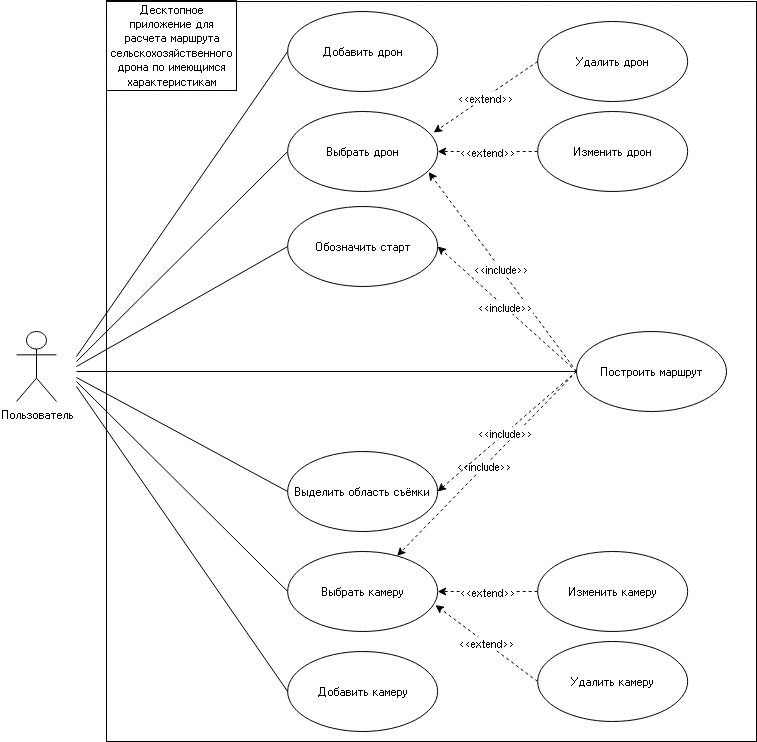
Above: doc/task3/ПИ-2022_КЭ-303_Ращупкин_ЕВ_КР_ДВИ.drawio.png in evgenkot/uav-route-calculation (draw.io), before the change. Source tidied: cells renumbered, new cells last; positions are measured from the earlier drawing's top-left corner, leaving out a move shared by most shapes.
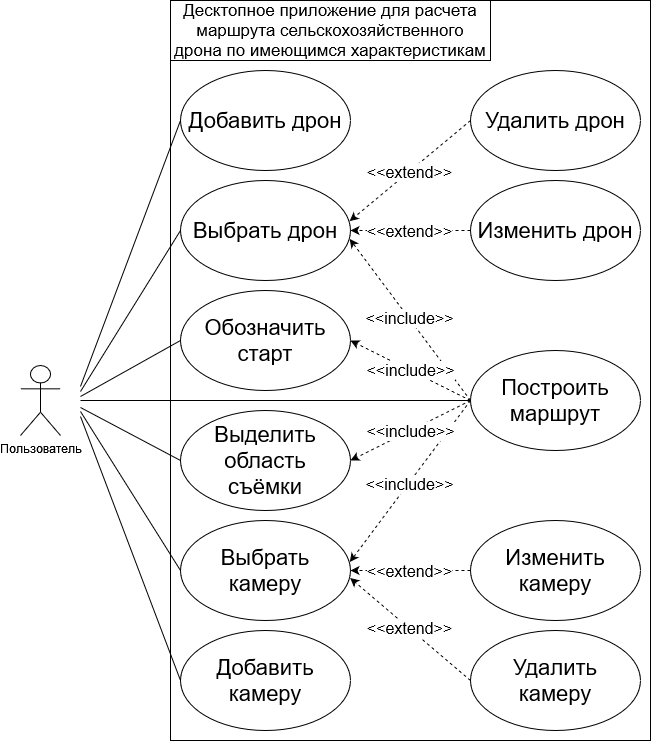
The same file after the commit.

Diff of the diagram source:
```diff
@@ -11,130 +11,130 @@
         </Array>
       </mxGeometry>
     </mxCell>
-    <mxCell id="3" style="rounded=0;whiteSpace=wrap;html=1;fillColor=none;" parent="1" vertex="1">
-      <mxGeometry x="90" y="1" width="650" height="740" as="geometry" />
-    </mxCell>
-    <mxCell id="4" value="Добавить камеру" style="ellipse;whiteSpace=wrap;html=1;" parent="1" vertex="1">
-      <mxGeometry x="271.2" y="651" width="150" height="80" as="geometry" />
+    <mxCell id="4" value="&lt;font style=&quot;font-size: 22px;&quot;&gt;Добавить камеру&lt;/font&gt;" style="ellipse;whiteSpace=wrap;html=1;" parent="1" vertex="1">
+      <mxGeometry x="160" y="590" width="170" height="100" as="geometry" />
     </mxCell>
-    <mxCell id="5" value="Добавить дрон" style="ellipse;whiteSpace=wrap;html=1;" parent="1" vertex="1">
-      <mxGeometry x="271.2" y="11" width="150" height="80" as="geometry" />
+    <mxCell id="5" value="&lt;font style=&quot;font-size: 22px;&quot;&gt;Добавить дрон&lt;/font&gt;" style="ellipse;whiteSpace=wrap;html=1;" parent="1" vertex="1">
+      <mxGeometry x="160" y="30" width="170" height="100" as="geometry" />
     </mxCell>
-    <mxCell id="6" value="Построить маршрут" style="ellipse;whiteSpace=wrap;html=1;" parent="1" vertex="1">
-      <mxGeometry x="560" y="331" width="150" height="80" as="geometry" />
+    <mxCell id="6" value="&lt;font style=&quot;font-size: 22px;&quot;&gt;Построить маршрут&lt;/font&gt;" style="ellipse;whiteSpace=wrap;html=1;" parent="1" vertex="1">
+      <mxGeometry x="450" y="310" width="170" height="100" as="geometry" />
     </mxCell>
-    <mxCell id="7" value="Изменить камеру" style="ellipse;whiteSpace=wrap;html=1;" parent="1" vertex="1">
-      <mxGeometry x="521.2" y="551" width="150" height="80" as="geometry" />
+    <mxCell id="7" value="&lt;font style=&quot;font-size: 22px;&quot;&gt;Изменить камеру&lt;/font&gt;" style="ellipse;whiteSpace=wrap;html=1;" parent="1" vertex="1">
+      <mxGeometry x="450" y="480" width="170" height="100" as="geometry" />
     </mxCell>
-    <mxCell id="8" value="Удалить камеру" style="ellipse;whiteSpace=wrap;html=1;" parent="1" vertex="1">
-      <mxGeometry x="521.2" y="641" width="150" height="80" as="geometry" />
+    <mxCell id="8" value="&lt;div&gt;&lt;font style=&quot;font-size: 22px;&quot;&gt;Удалить&lt;/font&gt;&lt;/div&gt;&lt;div&gt;&lt;font style=&quot;font-size: 22px;&quot;&gt;камеру&lt;/font&gt;&lt;/div&gt;" style="ellipse;whiteSpace=wrap;html=1;" parent="1" vertex="1">
+      <mxGeometry x="450" y="590" width="170" height="100" as="geometry" />
     </mxCell>
     <mxCell id="9" style="endArrow=none;html=1;rounded=0;strokeWidth=1;entryX=0;entryY=0.5;entryDx=0;entryDy=0;" parent="1" edge="1" target="5">
       <mxGeometry relative="1" as="geometry">
-        <mxPoint x="60" y="356" as="sourcePoint" />
+        <mxPoint x="60" y="346" as="sourcePoint" />
       </mxGeometry>
     </mxCell>
     <mxCell id="10" style="endArrow=none;html=1;rounded=0;strokeWidth=1;entryX=0;entryY=0.5;entryDx=0;entryDy=0;" parent="1" edge="1" target="13">
       <mxGeometry relative="1" as="geometry">
-        <mxPoint x="60" y="381" as="sourcePoint" />
+        <mxPoint x="60" y="371" as="sourcePoint" />
       </mxGeometry>
     </mxCell>
     <mxCell id="11" style="endArrow=none;html=1;rounded=0;strokeWidth=1;entryX=0;entryY=0.5;entryDx=0;entryDy=0;" parent="1" edge="1" target="4">
       <mxGeometry relative="1" as="geometry">
-        <mxPoint x="60" y="386" as="sourcePoint" />
+        <mxPoint x="60" y="376" as="sourcePoint" />
       </mxGeometry>
     </mxCell>
-    <mxCell id="12" value="Десктопное приложение для расчета маршрута сельскохозяйственного дрона по имеющимся характеристикам" style="rounded=0;whiteSpace=wrap;html=1;fillColor=none;" parent="1" vertex="1">
-      <mxGeometry x="90" width="130" height="90" as="geometry" />
+    <mxCell id="12" value="&lt;font style=&quot;font-size: 17px;&quot;&gt;Десктопное приложение для расчета маршрута сельскохозяйственного дрона по имеющимся характеристикам&lt;/font&gt;" style="rounded=0;whiteSpace=wrap;html=1;fillColor=none;" parent="1" vertex="1">
+      <mxGeometry x="150" y="-40" width="320" height="60" as="geometry" />
     </mxCell>
-    <mxCell id="13" value="Выбрать камеру" style="ellipse;whiteSpace=wrap;html=1;" parent="1" vertex="1">
-      <mxGeometry x="271.2" y="551" width="150" height="80" as="geometry" />
+    <mxCell id="13" value="&lt;div&gt;&lt;font style=&quot;font-size: 22px;&quot;&gt;Выбрать&lt;/font&gt;&lt;/div&gt;&lt;div&gt;&lt;font style=&quot;font-size: 22px;&quot;&gt;камеру&lt;/font&gt;&lt;/div&gt;" style="ellipse;whiteSpace=wrap;html=1;" parent="1" vertex="1">
+      <mxGeometry x="160" y="480" width="170" height="100" as="geometry" />
     </mxCell>
     <mxCell id="14" style="endArrow=classic;dashed=1;html=1;rounded=0;entryX=1;entryY=0.5;entryDx=0;entryDy=0;verticalAlign=bottom;strokeWidth=1;startArrow=none;startFill=0;endFill=1;exitX=0;exitY=0.5;exitDx=0;exitDy=0;" parent="1" edge="1" source="7" target="13">
       <mxGeometry relative="1" as="geometry" />
     </mxCell>
-    <mxCell id="15" value="&amp;lt;&amp;lt;extend&amp;gt;&amp;gt;" style="edgeLabel;html=1;align=center;verticalAlign=middle;" parent="14" vertex="1">
+    <mxCell id="15" value="&lt;font style=&quot;font-size: 16px;&quot;&gt;&amp;lt;&amp;lt;extend&amp;gt;&amp;gt;&lt;/font&gt;" style="edgeLabel;html=1;align=center;verticalAlign=middle;" parent="14" vertex="1">
       <mxGeometry x="0.02" relative="1" as="geometry" />
     </mxCell>
-    <mxCell id="16" style="endArrow=classic;dashed=1;html=1;rounded=0;entryX=0.985;entryY=0.67;entryDx=0;entryDy=0;verticalAlign=bottom;strokeWidth=1;startArrow=none;startFill=0;endFill=1;exitX=0;exitY=0.5;exitDx=0;exitDy=0;entryPerimeter=0;" parent="1" edge="1" source="8" target="13">
+    <mxCell id="16" style="endArrow=classic;dashed=1;html=1;rounded=0;entryX=0.998;entryY=0.575;entryDx=0;entryDy=0;verticalAlign=bottom;strokeWidth=1;startArrow=none;startFill=0;endFill=1;exitX=0;exitY=0.5;exitDx=0;exitDy=0;entryPerimeter=0;" parent="1" edge="1" source="8" target="13">
       <mxGeometry relative="1" as="geometry" />
     </mxCell>
-    <mxCell id="17" value="&amp;lt;&amp;lt;extend&amp;gt;&amp;gt;" style="edgeLabel;html=1;align=center;verticalAlign=middle;" parent="16" vertex="1">
+    <mxCell id="17" value="&lt;font style=&quot;font-size: 16px;&quot;&gt;&amp;lt;&amp;lt;extend&amp;gt;&amp;gt;&lt;/font&gt;" style="edgeLabel;html=1;align=center;verticalAlign=middle;" parent="16" vertex="1">
       <mxGeometry x="0.02" relative="1" as="geometry" />
     </mxCell>
     <mxCell id="18" style="endArrow=none;html=1;rounded=0;strokeWidth=1;entryX=0;entryY=0.5;entryDx=0;entryDy=0;" parent="1" edge="1" target="24">
       <mxGeometry relative="1" as="geometry">
-        <mxPoint x="60" y="361" as="sourcePoint" />
+        <mxPoint x="60" y="351" as="sourcePoint" />
       </mxGeometry>
     </mxCell>
-    <mxCell id="19" style="endArrow=classic;dashed=1;html=1;rounded=0;verticalAlign=bottom;strokeWidth=1;startArrow=none;startFill=0;endFill=1;exitX=0;exitY=0.5;exitDx=0;exitDy=0;entryX=0.94;entryY=0.757;entryDx=0;entryDy=0;entryPerimeter=0;" parent="1" edge="1" source="6" target="24">
+    <mxCell id="19" style="endArrow=classic;dashed=1;html=1;rounded=0;verticalAlign=bottom;strokeWidth=1;startArrow=none;startFill=0;endFill=1;exitX=0;exitY=0.5;exitDx=0;exitDy=0;entryX=0.995;entryY=0.584;entryDx=0;entryDy=0;entryPerimeter=0;" parent="1" edge="1" source="6" target="24">
       <mxGeometry relative="1" as="geometry" />
     </mxCell>
-    <mxCell id="20" value="&amp;lt;&amp;lt;include&amp;gt;&amp;gt;" style="edgeLabel;html=1;align=center;verticalAlign=middle;" parent="19" vertex="1">
+    <mxCell id="20" value="&lt;font style=&quot;font-size: 16px;&quot;&gt;&amp;lt;&amp;lt;include&amp;gt;&amp;gt;&lt;/font&gt;" style="edgeLabel;html=1;align=center;verticalAlign=middle;" parent="19" vertex="1">
       <mxGeometry x="0.02" relative="1" as="geometry" />
     </mxCell>
     <mxCell id="21" value="Пользователь" style="shape=umlActor;verticalLabelPosition=bottom;verticalAlign=top;html=1;" parent="1" vertex="1">
-      <mxGeometry y="331" width="40" height="70" as="geometry" />
+      <mxGeometry y="325" width="40" height="70" as="geometry" />
     </mxCell>
-    <mxCell id="22" value="Удалить дрон" style="ellipse;whiteSpace=wrap;html=1;" parent="1" vertex="1">
-      <mxGeometry x="521.2" y="21" width="150" height="80" as="geometry" />
+    <mxCell id="22" value="&lt;font style=&quot;font-size: 22px;&quot;&gt;Удалить дрон&lt;/font&gt;" style="ellipse;whiteSpace=wrap;html=1;" parent="1" vertex="1">
+      <mxGeometry x="450" y="30" width="170" height="100" as="geometry" />
     </mxCell>
-    <mxCell id="23" value="Изменить дрон" style="ellipse;whiteSpace=wrap;html=1;" parent="1" vertex="1">
-      <mxGeometry x="521.2" y="111" width="150" height="80" as="geometry" />
+    <mxCell id="23" value="&lt;font style=&quot;font-size: 22px;&quot;&gt;Изменить дрон&lt;/font&gt;" style="ellipse;whiteSpace=wrap;html=1;" parent="1" vertex="1">
+      <mxGeometry x="450" y="140" width="170" height="100" as="geometry" />
     </mxCell>
-    <mxCell id="24" value="Выбрать дрон" style="ellipse;whiteSpace=wrap;html=1;" parent="1" vertex="1">
-      <mxGeometry x="271.2" y="111" width="150" height="80" as="geometry" />
+    <mxCell id="24" value="&lt;font style=&quot;font-size: 22px;&quot;&gt;Выбрать дрон&lt;/font&gt;" style="ellipse;whiteSpace=wrap;html=1;" parent="1" vertex="1">
+      <mxGeometry x="160" y="140" width="170" height="100" as="geometry" />
     </mxCell>
-    <mxCell id="25" style="endArrow=classic;dashed=1;html=1;rounded=0;entryX=0.973;entryY=0.263;entryDx=0;entryDy=0;verticalAlign=bottom;strokeWidth=1;startArrow=none;startFill=0;endFill=1;exitX=0;exitY=0.5;exitDx=0;exitDy=0;entryPerimeter=0;" parent="1" edge="1" source="22" target="24">
+    <mxCell id="25" style="endArrow=classic;dashed=1;html=1;rounded=0;entryX=0.995;entryY=0.406;entryDx=0;entryDy=0;verticalAlign=bottom;strokeWidth=1;startArrow=none;startFill=0;endFill=1;exitX=0;exitY=0.5;exitDx=0;exitDy=0;entryPerimeter=0;" parent="1" edge="1" source="22" target="24">
       <mxGeometry relative="1" as="geometry" />
     </mxCell>
-    <mxCell id="26" value="&amp;lt;&amp;lt;extend&amp;gt;&amp;gt;" style="edgeLabel;html=1;align=center;verticalAlign=middle;" parent="25" vertex="1">
+    <mxCell id="26" value="&lt;font style=&quot;font-size: 16px;&quot;&gt;&amp;lt;&amp;lt;extend&amp;gt;&amp;gt;&lt;/font&gt;" style="edgeLabel;html=1;align=center;verticalAlign=middle;" parent="25" vertex="1">
       <mxGeometry x="0.02" relative="1" as="geometry" />
     </mxCell>
     <mxCell id="27" style="endArrow=classic;dashed=1;html=1;rounded=0;entryX=1;entryY=0.5;entryDx=0;entryDy=0;verticalAlign=bottom;strokeWidth=1;startArrow=none;startFill=0;endFill=1;exitX=0;exitY=0.5;exitDx=0;exitDy=0;" parent="1" edge="1" source="23" target="24">
       <mxGeometry relative="1" as="geometry" />
     </mxCell>
-    <mxCell id="28" value="&amp;lt;&amp;lt;extend&amp;gt;&amp;gt;" style="edgeLabel;html=1;align=center;verticalAlign=middle;" parent="27" vertex="1">
+    <mxCell id="28" value="&lt;font style=&quot;font-size: 16px;&quot;&gt;&amp;lt;&amp;lt;extend&amp;gt;&amp;gt;&lt;/font&gt;" style="edgeLabel;html=1;align=center;verticalAlign=middle;" parent="27" vertex="1">
       <mxGeometry x="0.02" relative="1" as="geometry" />
     </mxCell>
-    <mxCell id="29" value="Обозначить старт" style="ellipse;whiteSpace=wrap;html=1;" parent="1" vertex="1">
-      <mxGeometry x="271.2" y="206" width="150" height="80" as="geometry" />
+    <mxCell id="29" value="&lt;font style=&quot;font-size: 22px;&quot;&gt;Обозначить старт&lt;/font&gt;" style="ellipse;whiteSpace=wrap;html=1;" parent="1" vertex="1">
+      <mxGeometry x="160" y="250" width="170" height="100" as="geometry" />
     </mxCell>
-    <mxCell id="30" value="&lt;div&gt;Выделить область съёмки&lt;br&gt;&lt;/div&gt;" style="ellipse;whiteSpace=wrap;html=1;" parent="1" vertex="1">
-      <mxGeometry x="271.2" y="451" width="150" height="80" as="geometry" />
+    <mxCell id="30" value="&lt;div style=&quot;font-size: 22px;&quot;&gt;&lt;font style=&quot;font-size: 22px;&quot;&gt;Выделить область &lt;br&gt;&lt;/font&gt;&lt;/div&gt;&lt;div style=&quot;font-size: 22px;&quot;&gt;&lt;font style=&quot;font-size: 22px;&quot;&gt;съёмки&lt;br&gt;&lt;/font&gt;&lt;/div&gt;" style="ellipse;whiteSpace=wrap;html=1;" parent="1" vertex="1">
+      <mxGeometry x="160" y="370" width="170" height="100" as="geometry" />
     </mxCell>
-    <mxCell id="31" style="endArrow=classic;dashed=1;html=1;rounded=0;verticalAlign=bottom;strokeWidth=1;startArrow=none;startFill=0;endFill=1;exitX=0;exitY=0.5;exitDx=0;exitDy=0;" parent="1" edge="1" source="6" target="13">
+    <mxCell id="31" style="endArrow=classic;dashed=1;html=1;rounded=0;verticalAlign=bottom;strokeWidth=1;startArrow=none;startFill=0;endFill=1;exitX=0;exitY=0.5;exitDx=0;exitDy=0;entryX=0.996;entryY=0.415;entryDx=0;entryDy=0;entryPerimeter=0;" parent="1" edge="1" source="6" target="13">
       <mxGeometry relative="1" as="geometry" />
     </mxCell>
-    <mxCell id="32" value="&amp;lt;&amp;lt;include&amp;gt;&amp;gt;" style="edgeLabel;html=1;align=center;verticalAlign=middle;" parent="31" vertex="1">
+    <mxCell id="32" value="&lt;font style=&quot;font-size: 16px;&quot;&gt;&amp;lt;&amp;lt;include&amp;gt;&amp;gt;&lt;/font&gt;" style="edgeLabel;html=1;align=center;verticalAlign=middle;" parent="31" vertex="1">
       <mxGeometry x="0.02" relative="1" as="geometry" />
     </mxCell>
     <mxCell id="33" style="endArrow=classic;dashed=1;html=1;rounded=0;verticalAlign=bottom;strokeWidth=1;startArrow=none;startFill=0;endFill=1;entryX=1;entryY=0.5;entryDx=0;entryDy=0;exitX=0;exitY=0.5;exitDx=0;exitDy=0;" parent="1" edge="1" source="6" target="30">
       <mxGeometry relative="1" as="geometry" />
     </mxCell>
-    <mxCell id="34" value="&amp;lt;&amp;lt;include&amp;gt;&amp;gt;" style="edgeLabel;html=1;align=center;verticalAlign=middle;" parent="33" vertex="1">
+    <mxCell id="34" value="&lt;font style=&quot;font-size: 16px;&quot;&gt;&amp;lt;&amp;lt;include&amp;gt;&amp;gt;&lt;/font&gt;" style="edgeLabel;html=1;align=center;verticalAlign=middle;" parent="33" vertex="1">
       <mxGeometry x="0.02" relative="1" as="geometry" />
     </mxCell>
     <mxCell id="35" style="endArrow=none;html=1;rounded=0;strokeWidth=1;entryX=0;entryY=0.5;entryDx=0;entryDy=0;" parent="1" edge="1" target="29">
       <mxGeometry relative="1" as="geometry">
-        <mxPoint x="60" y="366" as="sourcePoint" />
+        <mxPoint x="60" y="356" as="sourcePoint" />
       </mxGeometry>
     </mxCell>
     <mxCell id="36" style="endArrow=none;html=1;rounded=0;strokeWidth=1;entryX=0;entryY=0.5;entryDx=0;entryDy=0;" parent="1" edge="1" target="30">
       <mxGeometry relative="1" as="geometry">
-        <mxPoint x="60" y="377" as="sourcePoint" />
+        <mxPoint x="60" y="367" as="sourcePoint" />
       </mxGeometry>
     </mxCell>
     <mxCell id="37" style="endArrow=classic;dashed=1;html=1;rounded=0;verticalAlign=bottom;strokeWidth=1;startArrow=none;startFill=0;endFill=1;entryX=1;entryY=0.5;entryDx=0;entryDy=0;exitX=0;exitY=0.5;exitDx=0;exitDy=0;" parent="1" edge="1" source="6" target="29">
       <mxGeometry relative="1" as="geometry" />
     </mxCell>
-    <mxCell id="38" value="&amp;lt;&amp;lt;include&amp;gt;&amp;gt;" style="edgeLabel;html=1;align=center;verticalAlign=middle;" parent="37" vertex="1">
+    <mxCell id="38" value="&lt;font style=&quot;font-size: 16px;&quot;&gt;&amp;lt;&amp;lt;include&amp;gt;&amp;gt;&lt;/font&gt;" style="edgeLabel;html=1;align=center;verticalAlign=middle;" parent="37" vertex="1">
       <mxGeometry x="0.02" relative="1" as="geometry" />
     </mxCell>
     <mxCell id="39" style="endArrow=none;html=1;rounded=0;strokeWidth=1;entryX=0;entryY=0.5;entryDx=0;entryDy=0;" parent="1" edge="1" target="6">
       <mxGeometry relative="1" as="geometry">
-        <mxPoint x="60" y="371" as="sourcePoint" />
+        <mxPoint x="60" y="360" as="sourcePoint" />
       </mxGeometry>
     </mxCell>
+    <mxCell id="40" style="rounded=0;whiteSpace=wrap;html=1;fillColor=none;" parent="1" vertex="1">
+      <mxGeometry x="150" y="-40" width="480" height="740" as="geometry" />
+    </mxCell>
   </root>
 </mxGraphModel>
```
